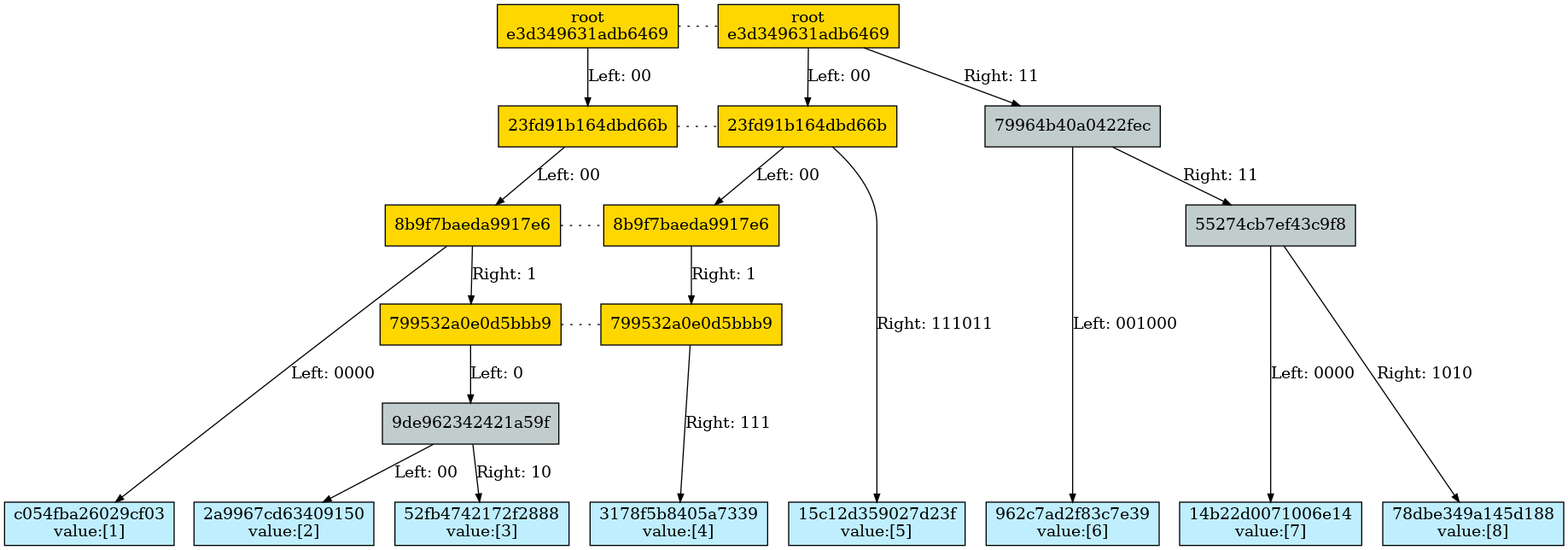
Before: docs/merkle_tree/split_details/6_split_4.dot.png, a diagram exported from Graphviz (juicebox-systems/juicebox-hsm-realm). Its source is kept beside it as docs/merkle_tree/split_details/6_split_4.dot.
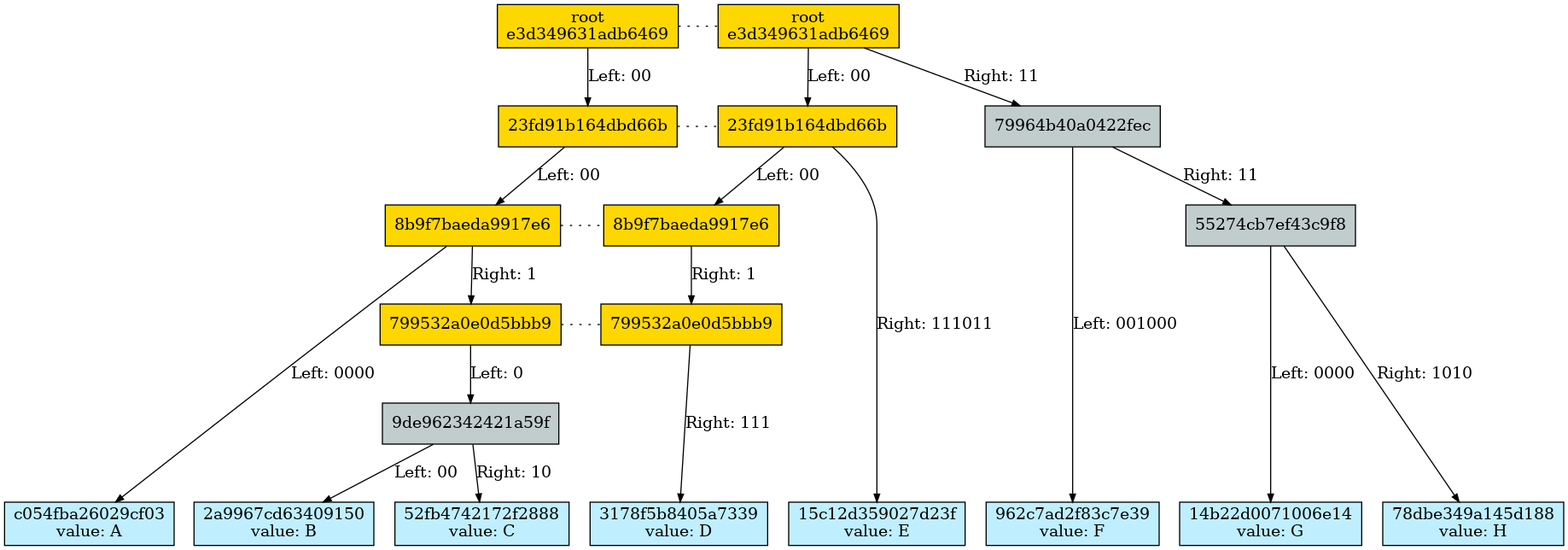
The same file after the commit.

What changed in the source:
```diff
@@ -48,14 +48,14 @@
 Subgraph depth_256 {
 rank=same
 
-hc054fba26029cf03 [fillcolor=lightblue1 label="c054fba26029cf03\nvalue:[1]" ordering=out shape=box style=filled ];
-h2a9967cd63409150 [fillcolor=lightblue1 label="2a9967cd63409150\nvalue:[2]" ordering=out shape=box style=filled ];
-h52fb4742172f2888 [fillcolor=lightblue1 label="52fb4742172f2888\nvalue:[3]" ordering=out shape=box style=filled ];
-h3178f5b8405a7339 [fillcolor=lightblue1 label="3178f5b8405a7339\nvalue:[4]" ordering=out shape=box style=filled ];
-h15c12d359027d23f [fillcolor=lightblue1 label="15c12d359027d23f\nvalue:[5]" ordering=out shape=box style=filled ];
-h962c7ad2f83c7e39 [fillcolor=lightblue1 label="962c7ad2f83c7e39\nvalue:[6]" ordering=out shape=box style=filled ];
-h14b22d0071006e14 [fillcolor=lightblue1 label="14b22d0071006e14\nvalue:[7]" ordering=out shape=box style=filled ];
-h78dbe349a145d188 [fillcolor=lightblue1 label="78dbe349a145d188\nvalue:[8]" ordering=out shape=box style=filled ];
+hc054fba26029cf03 [fillcolor=lightblue1 label="c054fba26029cf03\nvalue: A" ordering=out shape=box style=filled ];
+h2a9967cd63409150 [fillcolor=lightblue1 label="2a9967cd63409150\nvalue: B" ordering=out shape=box style=filled ];
+h52fb4742172f2888 [fillcolor=lightblue1 label="52fb4742172f2888\nvalue: C" ordering=out shape=box style=filled ];
+h3178f5b8405a7339 [fillcolor=lightblue1 label="3178f5b8405a7339\nvalue: D" ordering=out shape=box style=filled ];
+h15c12d359027d23f [fillcolor=lightblue1 label="15c12d359027d23f\nvalue: E" ordering=out shape=box style=filled ];
+h962c7ad2f83c7e39 [fillcolor=lightblue1 label="962c7ad2f83c7e39\nvalue: F" ordering=out shape=box style=filled ];
+h14b22d0071006e14 [fillcolor=lightblue1 label="14b22d0071006e14\nvalue: G" ordering=out shape=box style=filled ];
+h78dbe349a145d188 [fillcolor=lightblue1 label="78dbe349a145d188\nvalue: H" ordering=out shape=box style=filled ];
 }
 
 
```
